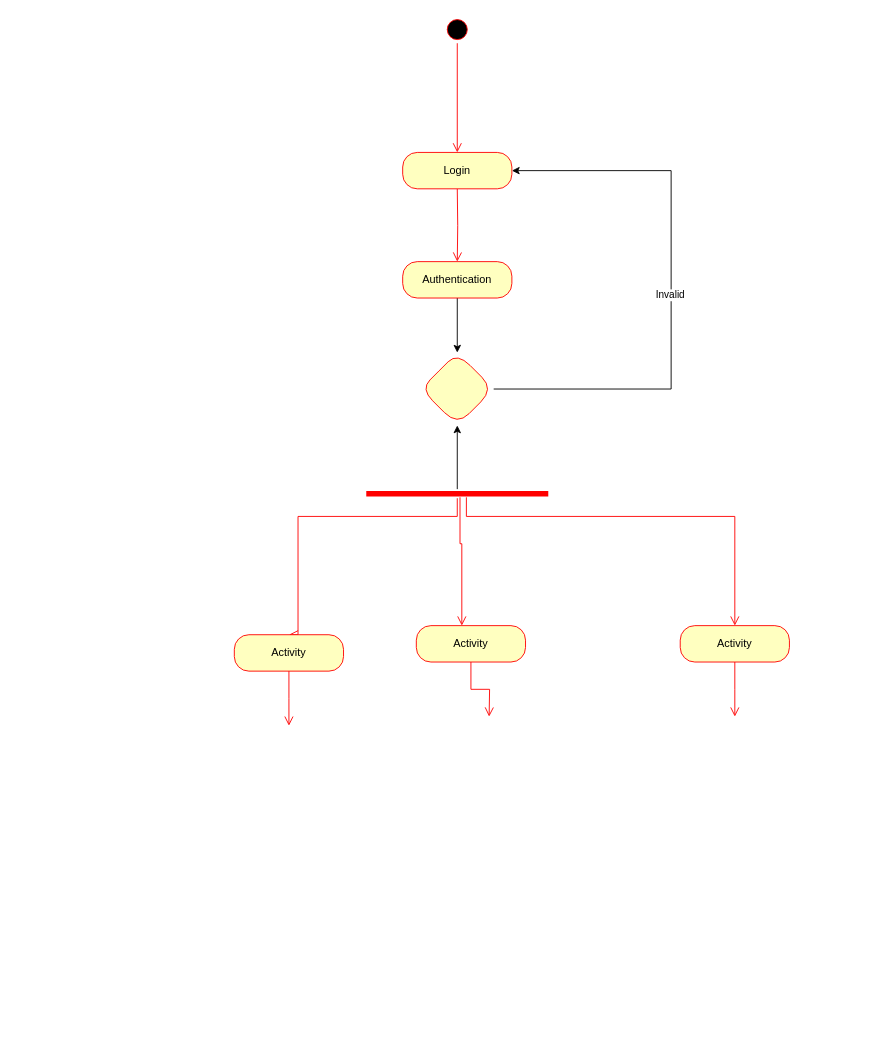
Earlier version of the draw.io diagram page "Page-2" (2 of 2) of agri-business class diagram.drawio (J-Massoda/Agri-business). Source tidied: cells renumbered, new cells numbered last; positions are measured from the earlier drawing's top-left corner, leaving out a move shared by most shapes. Both pictures are drawn from the tidied source at 91%, with x=0, y=0 at pixel (234, 15).
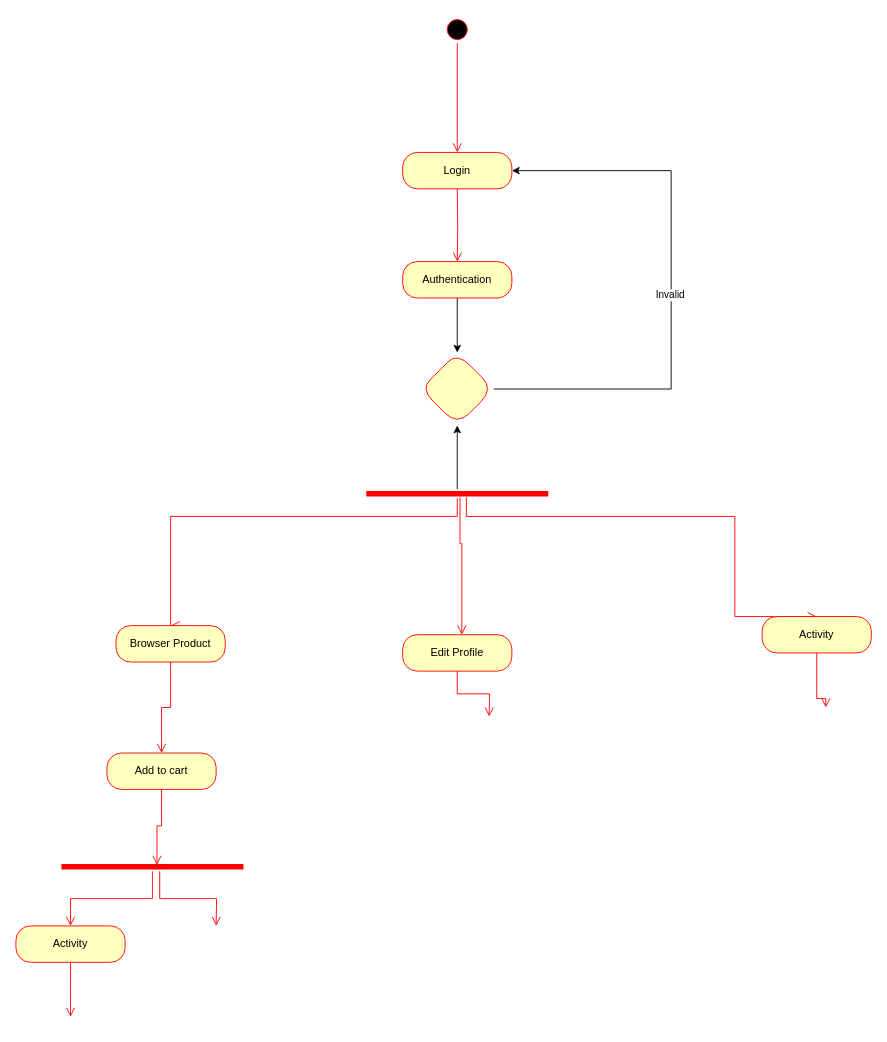
After the change.

The change refers to these unchanged cells:
```xml
<mxCell id="10" style="shape=line;html=1;strokeWidth=6;strokeColor=#ff0000;" parent="1" vertex="1">
  <mxGeometry x="145" y="520" width="200" height="10" as="geometry" />
</mxCell>
```

The edit, as a diff of the source:
```diff
@@
     <mxCell id="11" style="edgeStyle=orthogonalEdgeStyle;html=1;verticalAlign=bottom;endArrow=open;endSize=8;strokeColor=#ff0000;rounded=0;entryX=0.5;entryY=0;entryDx=0;entryDy=0;" parent="1" edge="1" source="10" target="16">
       <mxGeometry relative="1" as="geometry">
         <Array as="points">
           <mxPoint x="245" y="550" />
-          <mxPoint x="70" y="550" />
-          <mxPoint x="70" y="680" />
+          <mxPoint x="-70" y="550" />
+          <mxPoint x="-70" y="680" />
+          <mxPoint x="-60" y="680" />
         </Array>
       </mxGeometry>
     </mxCell>
@@
-    <mxCell id="16" value="Activity" style="rounded=1;whiteSpace=wrap;html=1;arcSize=40;fontColor=#000000;fillColor=#ffffc0;strokeColor=#ff0000;" parent="1" vertex="1">
-      <mxGeometry y="680" width="120" height="40" as="geometry" />
+    <mxCell id="16" value="Browser Product" style="rounded=1;whiteSpace=wrap;html=1;arcSize=40;fontColor=#000000;fillColor=#ffffc0;strokeColor=#ff0000;" parent="1" vertex="1">
+      <mxGeometry x="-130" y="670" width="120" height="40" as="geometry" />
     </mxCell>
-    <mxCell id="17" style="edgeStyle=orthogonalEdgeStyle;html=1;verticalAlign=bottom;endArrow=open;endSize=8;strokeColor=#ff0000;rounded=0;" parent="1" edge="1" source="16">
-      <mxGeometry relative="1" as="geometry">
-        <mxPoint x="60" y="780" as="targetPoint" />
-      </mxGeometry>
+    <mxCell id="17" style="edgeStyle=orthogonalEdgeStyle;html=1;verticalAlign=bottom;endArrow=open;endSize=8;strokeColor=#ff0000;rounded=0;" parent="1" edge="1" source="16" target="22">
+      <mxGeometry relative="1" as="geometry" />
     </mxCell>
-    <mxCell id="18" value="Activity" style="rounded=1;whiteSpace=wrap;html=1;arcSize=40;fontColor=#000000;fillColor=#ffffc0;strokeColor=#ff0000;" parent="1" vertex="1">
-      <mxGeometry x="200" y="670" width="120" height="40" as="geometry" />
+    <mxCell id="18" value="Edit Profile" style="rounded=1;whiteSpace=wrap;html=1;arcSize=40;fontColor=#000000;fillColor=#ffffc0;strokeColor=#ff0000;" parent="1" vertex="1">
+      <mxGeometry x="185" y="680" width="120" height="40" as="geometry" />
     </mxCell>
@@
     <mxCell id="20" value="Activity" style="rounded=1;whiteSpace=wrap;html=1;arcSize=40;fontColor=#000000;fillColor=#ffffc0;strokeColor=#ff0000;" parent="1" vertex="1">
-      <mxGeometry x="490" y="670" width="120" height="40" as="geometry" />
+      <mxGeometry x="580" y="660" width="120" height="40" as="geometry" />
     </mxCell>
     <mxCell id="21" style="edgeStyle=orthogonalEdgeStyle;html=1;verticalAlign=bottom;endArrow=open;endSize=8;strokeColor=#ff0000;rounded=0;" parent="1" edge="1" source="20">
       <mxGeometry relative="1" as="geometry">
-        <mxPoint x="550" y="770" as="targetPoint" />
+        <mxPoint x="650" y="760" as="targetPoint" />
+        <Array as="points">
+          <mxPoint x="640" y="750" />
+          <mxPoint x="650" y="750" />
+        </Array>
       </mxGeometry>
     </mxCell>
+    <mxCell id="22" value="Add to cart" style="rounded=1;whiteSpace=wrap;html=1;arcSize=40;fontColor=#000000;fillColor=#ffffc0;strokeColor=#ff0000;" parent="1" vertex="1">
+      <mxGeometry x="-140" y="810" width="120" height="40" as="geometry" />
+    </mxCell>
+    <mxCell id="23" style="edgeStyle=orthogonalEdgeStyle;html=1;verticalAlign=bottom;endArrow=open;endSize=8;strokeColor=#ff0000;rounded=0;entryX=0.525;entryY=0.3;entryDx=0;entryDy=0;entryPerimeter=0;" parent="1" edge="1" source="22" target="24">
+      <mxGeometry relative="1" as="geometry" />
+    </mxCell>
+    <mxCell id="24" style="shape=line;html=1;strokeWidth=6;strokeColor=#ff0000;" parent="1" vertex="1">
+      <mxGeometry x="-190" y="930" width="200" height="10" as="geometry" />
+    </mxCell>
+    <mxCell id="25" style="edgeStyle=orthogonalEdgeStyle;html=1;verticalAlign=bottom;endArrow=open;endSize=8;strokeColor=#ff0000;rounded=0;" parent="1" edge="1" source="24" target="27">
+      <mxGeometry relative="1" as="geometry" />
+    </mxCell>
+    <mxCell id="26" style="edgeStyle=orthogonalEdgeStyle;html=1;verticalAlign=bottom;endArrow=open;endSize=8;strokeColor=#ff0000;rounded=0;exitX=0.54;exitY=1;exitDx=0;exitDy=0;exitPerimeter=0;" parent="1" edge="1" source="24">
+      <mxGeometry relative="1" as="geometry">
+        <mxPoint x="-20" y="1000" as="targetPoint" />
+      </mxGeometry>
+    </mxCell>
+    <mxCell id="27" value="Activity" style="rounded=1;whiteSpace=wrap;html=1;arcSize=40;fontColor=#000000;fillColor=#ffffc0;strokeColor=#ff0000;" parent="1" vertex="1">
+      <mxGeometry x="-240" y="1000" width="120" height="40" as="geometry" />
+    </mxCell>
+    <mxCell id="28" style="edgeStyle=orthogonalEdgeStyle;html=1;verticalAlign=bottom;endArrow=open;endSize=8;strokeColor=#ff0000;rounded=0;" parent="1" edge="1" source="27">
+      <mxGeometry relative="1" as="geometry">
+        <mxPoint x="-180" y="1100" as="targetPoint" />
+      </mxGeometry>
+    </mxCell>
```
